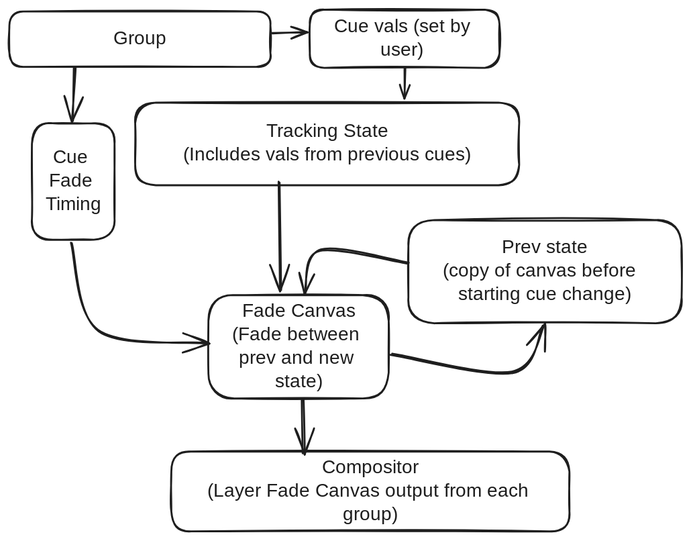
Above: kaithem/src/chandler/rendering.dev.excalidraw.svg in EternityForest/KaithemAutomation (Excalidraw), before the change. Source tidied: one line per element, renumbered; positions are measured from the earlier drawing's top-left corner, leaving out a move shared by most shapes. The source it was exported from:
```json
{"id": 0, "type": "rectangle", "strokeColor": "#1e1e1e", "strokeWidth": 2, "roughness": 1, "round": true, "x": 320, "y": 0, "width": 202, "height": 62}
{"id": 1, "type": "text", "text": "Cue vals (set by \nuser) ", "strokeColor": "#1e1e1e", "strokeWidth": 2, "roughness": 1, "fontSize": 20, "fontFamily": 1, "textAlign": "center", "verticalAlign": "middle", "inside": 0, "x": 333, "y": 6, "width": 176, "height": 50}
{"id": 2, "type": "rectangle", "strokeColor": "#1e1e1e", "strokeWidth": 2, "roughness": 1, "round": true, "x": 134, "y": 99, "width": 409, "height": 88}
{"id": 3, "type": "text", "text": "Tracking State\n(Includes vals from previous cues)", "strokeColor": "#1e1e1e", "strokeWidth": 2, "roughness": 1, "fontSize": 20, "fontFamily": 1, "textAlign": "center", "verticalAlign": "middle", "inside": 2, "x": 170, "y": 118, "width": 338, "height": 50}
{"id": 4, "type": "rectangle", "strokeColor": "#1e1e1e", "strokeWidth": 2, "roughness": 1, "round": true, "x": 0, "y": 2, "width": 278, "height": 59}
{"id": 5, "type": "text", "text": "Group", "strokeColor": "#1e1e1e", "strokeWidth": 2, "roughness": 1, "fontSize": 20, "fontFamily": 1, "textAlign": "center", "verticalAlign": "middle", "inside": 4, "x": 111, "y": 19, "width": 57, "height": 25}
{"id": 6, "type": "arrow", "strokeColor": "#1e1e1e", "strokeWidth": 2, "roughness": 1, "endArrowhead": "arrow", "round": true, "from": 4, "to": 0, "x": 280, "y": 25, "width": 37, "height": 2, "points": [[0, 0], [37, -2]]}
{"id": 7, "type": "arrow", "strokeColor": "#1e1e1e", "strokeWidth": 2, "roughness": 1, "endArrowhead": "arrow", "round": true, "from": 0, "to": 2, "x": 421, "y": 63, "width": 0, "height": 31, "points": [[0, 0], [0, 31]]}
{"id": 8, "type": "rectangle", "strokeColor": "#1e1e1e", "strokeWidth": 2, "roughness": 1, "round": true, "x": 212, "y": 304, "width": 192, "height": 110}
{"id": 9, "type": "text", "text": "Fade Canvas\n(Fade between \nprev and new \nstate)", "strokeColor": "#1e1e1e", "strokeWidth": 2, "roughness": 1, "fontSize": 20, "fontFamily": 1, "textAlign": "center", "verticalAlign": "middle", "inside": 8, "x": 232, "y": 309, "width": 151, "height": 100}
{"id": 10, "type": "rectangle", "strokeColor": "#1e1e1e", "strokeWidth": 2, "roughness": 1, "round": true, "x": 425, "y": 224, "width": 291, "height": 110}
{"id": 11, "type": "text", "text": "Prev state\n(copy of canvas before  \nstarting cue change)", "strokeColor": "#1e1e1e", "strokeWidth": 2, "roughness": 1, "fontSize": 20, "fontFamily": 1, "textAlign": "center", "verticalAlign": "middle", "inside": 10, "x": 446, "y": 242, "width": 248, "height": 75}
{"id": 12, "type": "arrow", "strokeColor": "#1e1e1e", "strokeWidth": 2, "roughness": 1, "endArrowhead": "arrow", "round": true, "from": 8, "to": 10, "x": 406, "y": 368, "width": 163, "height": 50, "points": [[0, 0], [130, 18], [163, -32]]}
{"id": 13, "type": "arrow", "strokeColor": "#1e1e1e", "strokeWidth": 2, "roughness": 1, "endArrowhead": "arrow", "round": true, "from": 10, "to": 8, "x": 424, "y": 270, "width": 108, "height": 45, "points": [[0, 0], [-94, -13], [-108, 32]]}
{"id": 14, "type": "arrow", "strokeColor": "#1e1e1e", "strokeWidth": 2, "roughness": 1, "endArrowhead": "arrow", "round": true, "to": 8, "x": 287, "y": 184, "width": 3, "height": 115, "points": [[0, 0], [3, 115]]}
{"id": 15, "type": "rectangle", "strokeColor": "#1e1e1e", "strokeWidth": 2, "roughness": 1, "round": true, "x": 24, "y": 121, "width": 88, "height": 124}
{"id": 16, "type": "text", "text": "Cue \nFade \nTiming", "strokeColor": "#1e1e1e", "strokeWidth": 2, "roughness": 1, "fontSize": 20, "fontFamily": 1, "textAlign": "center", "verticalAlign": "middle", "inside": 15, "x": 39, "y": 146, "width": 57, "height": 75}
{"id": 17, "type": "arrow", "strokeColor": "#1e1e1e", "strokeWidth": 2, "roughness": 1, "endArrowhead": "arrow", "round": true, "x": 69, "y": 61, "width": 1, "height": 58, "points": [[0, 0], [-1, 58]]}
{"id": 18, "type": "arrow", "strokeColor": "#1e1e1e", "strokeWidth": 2, "roughness": 1, "endArrowhead": "arrow", "round": true, "from": 15, "to": 8, "x": 66, "y": 248, "width": 146, "height": 108, "points": [[0, 0], [29, 94], [146, 108]]}
{"id": 19, "type": "rectangle", "strokeColor": "#1e1e1e", "strokeWidth": 2, "roughness": 1, "round": true, "x": 172, "y": 470, "width": 424, "height": 85}
{"id": 20, "type": "text", "text": "Compositor\n(Layer Fade Canvas output from each \ngroup)", "strokeColor": "#1e1e1e", "strokeWidth": 2, "roughness": 1, "fontSize": 20, "fontFamily": 1, "textAlign": "center", "verticalAlign": "middle", "inside": 19, "x": 188, "y": 476, "width": 392, "height": 75}
{"id": 21, "type": "arrow", "strokeColor": "#1e1e1e", "strokeWidth": 2, "roughness": 1, "endArrowhead": "arrow", "round": true, "x": 312, "y": 414, "width": 2, "height": 59, "points": [[0, 0], [2, 59]]}
```
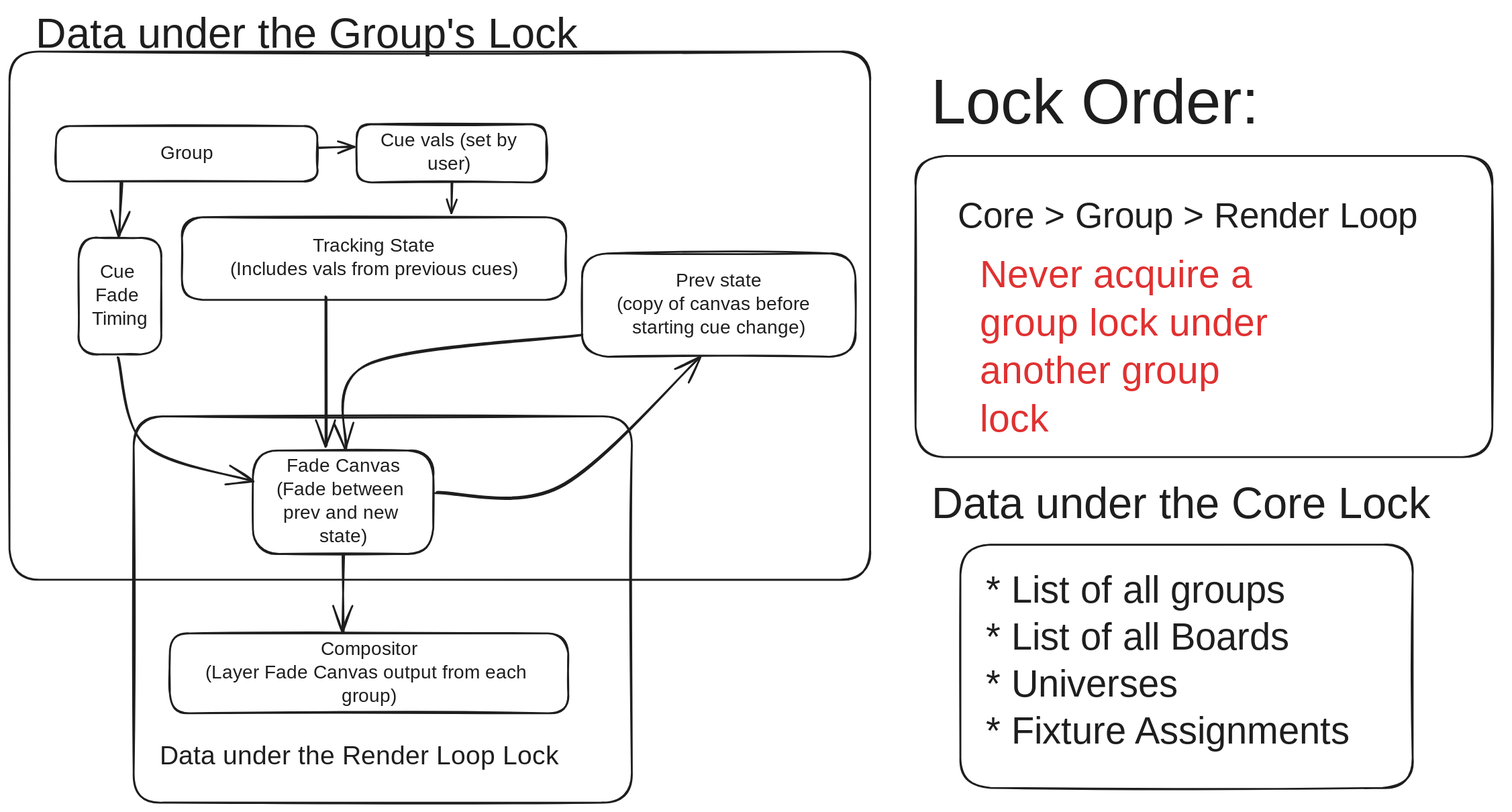
The same file after the commit.

What changed in the source:
```diff
@@ -6,17 +6,28 @@
 {"id": 5, "type": "text", "text": "Group", "strokeColor": "#1e1e1e", "strokeWidth": 2, "roughness": 1, "fontSize": 20, "fontFamily": 1, "textAlign": "center", "verticalAlign": "middle", "inside": 4, "x": 111, "y": 19, "width": 57, "height": 25}
 {"id": 6, "type": "arrow", "strokeColor": "#1e1e1e", "strokeWidth": 2, "roughness": 1, "endArrowhead": "arrow", "round": true, "from": 4, "to": 0, "x": 280, "y": 25, "width": 37, "height": 2, "points": [[0, 0], [37, -2]]}
 {"id": 7, "type": "arrow", "strokeColor": "#1e1e1e", "strokeWidth": 2, "roughness": 1, "endArrowhead": "arrow", "round": true, "from": 0, "to": 2, "x": 421, "y": 63, "width": 0, "height": 31, "points": [[0, 0], [0, 31]]}
-{"id": 8, "type": "rectangle", "strokeColor": "#1e1e1e", "strokeWidth": 2, "roughness": 1, "round": true, "x": 212, "y": 304, "width": 192, "height": 110}
+{"id": 8, "type": "rectangle", "strokeColor": "#1e1e1e", "strokeWidth": 2, "roughness": 1, "round": true, "x": 210, "y": 347, "width": 192, "height": 110}
-{"id": 9, "type": "text", "text": "Fade Canvas\n(Fade between \nprev and new \nstate)", "strokeColor": "#1e1e1e", "strokeWidth": 2, "roughness": 1, "fontSize": 20, "fontFamily": 1, "textAlign": "center", "verticalAlign": "middle", "inside": 8, "x": 232, "y": 309, "width": 151, "height": 100}
+{"id": 9, "type": "text", "text": "Fade Canvas\n(Fade between \nprev and new \nstate)", "strokeColor": "#1e1e1e", "strokeWidth": 2, "roughness": 1, "fontSize": 20, "fontFamily": 1, "textAlign": "center", "verticalAlign": "middle", "inside": 8, "x": 230, "y": 352, "width": 151, "height": 100}
-{"id": 10, "type": "rectangle", "strokeColor": "#1e1e1e", "strokeWidth": 2, "roughness": 1, "round": true, "x": 425, "y": 224, "width": 291, "height": 110}
+{"id": 10, "type": "rectangle", "strokeColor": "#1e1e1e", "strokeWidth": 2, "roughness": 1, "round": true, "x": 560, "y": 137, "width": 291, "height": 110}
-{"id": 11, "type": "text", "text": "Prev state\n(copy of canvas before  \nstarting cue change)", "strokeColor": "#1e1e1e", "strokeWidth": 2, "roughness": 1, "fontSize": 20, "fontFamily": 1, "textAlign": "center", "verticalAlign": "middle", "inside": 10, "x": 446, "y": 242, "width": 248, "height": 75}
+{"id": 11, "type": "text", "text": "Prev state\n(copy of canvas before  \nstarting cue change)", "strokeColor": "#1e1e1e", "strokeWidth": 2, "roughness": 1, "fontSize": 20, "fontFamily": 1, "textAlign": "center", "verticalAlign": "middle", "inside": 10, "x": 581, "y": 155, "width": 248, "height": 75}
-{"id": 12, "type": "arrow", "strokeColor": "#1e1e1e", "strokeWidth": 2, "roughness": 1, "endArrowhead": "arrow", "round": true, "from": 8, "to": 10, "x": 406, "y": 368, "width": 163, "height": 50, "points": [[0, 0], [130, 18], [163, -32]]}
+{"id": 12, "type": "arrow", "strokeColor": "#1e1e1e", "strokeWidth": 2, "roughness": 1, "endArrowhead": "arrow", "round": true, "from": 8, "to": 10, "x": 404, "y": 393, "width": 281, "height": 144, "points": [[0, 0], [132, -7], [281, -144]]}
-{"id": 13, "type": "arrow", "strokeColor": "#1e1e1e", "strokeWidth": 2, "roughness": 1, "endArrowhead": "arrow", "round": true, "from": 10, "to": 8, "x": 424, "y": 270, "width": 108, "height": 45, "points": [[0, 0], [-94, -13], [-108, 32]]}
+{"id": 13, "type": "arrow", "strokeColor": "#1e1e1e", "strokeWidth": 2, "roughness": 1, "endArrowhead": "arrow", "round": true, "from": 10, "to": 8, "x": 559, "y": 225, "width": 249, "height": 121, "points": [[0, 0], [-229, 32], [-249, 121]]}
-{"id": 14, "type": "arrow", "strokeColor": "#1e1e1e", "strokeWidth": 2, "roughness": 1, "endArrowhead": "arrow", "round": true, "to": 8, "x": 287, "y": 184, "width": 3, "height": 115, "points": [[0, 0], [3, 115]]}
+{"id": 14, "type": "arrow", "strokeColor": "#1e1e1e", "strokeWidth": 2, "roughness": 1, "endArrowhead": "arrow", "round": true, "to": 24, "x": 287, "y": 184, "width": 2, "height": 158, "points": [[0, 0], [2, 158]]}
 {"id": 15, "type": "rectangle", "strokeColor": "#1e1e1e", "strokeWidth": 2, "roughness": 1, "round": true, "x": 24, "y": 121, "width": 88, "height": 124}
-{"id": 16, "type": "text", "text": "Cue \nFade \nTiming", "strokeColor": "#1e1e1e", "strokeWidth": 2, "roughness": 1, "fontSize": 20, "fontFamily": 1, "textAlign": "center", "verticalAlign": "middle", "inside": 15, "x": 39, "y": 146, "width": 57, "height": 75}
+{"id": 16, "type": "text", "text": "Cue \nFade \nTiming", "strokeColor": "#1e1e1e", "strokeWidth": 2, "roughness": 1, "fontSize": 20, "fontFamily": 1, "textAlign": "center", "verticalAlign": "middle", "inside": 15, "x": 39, "y": 145, "width": 57, "height": 75}
 {"id": 17, "type": "arrow", "strokeColor": "#1e1e1e", "strokeWidth": 2, "roughness": 1, "endArrowhead": "arrow", "round": true, "x": 69, "y": 61, "width": 1, "height": 58, "points": [[0, 0], [-1, 58]]}
-{"id": 18, "type": "arrow", "strokeColor": "#1e1e1e", "strokeWidth": 2, "roughness": 1, "endArrowhead": "arrow", "round": true, "from": 15, "to": 8, "x": 66, "y": 248, "width": 146, "height": 108, "points": [[0, 0], [29, 94], [146, 108]]}
+{"id": 18, "type": "arrow", "strokeColor": "#1e1e1e", "strokeWidth": 2, "roughness": 1, "endArrowhead": "arrow", "round": true, "from": 15, "to": 8, "x": 66, "y": 247, "width": 143, "height": 133, "points": [[0, 0], [29, 94], [143, 133]]}
-{"id": 19, "type": "rectangle", "strokeColor": "#1e1e1e", "strokeWidth": 2, "roughness": 1, "round": true, "x": 172, "y": 470, "width": 424, "height": 85}
+{"id": 19, "type": "rectangle", "strokeColor": "#1e1e1e", "strokeWidth": 2, "roughness": 1, "round": true, "x": 121, "y": 542, "width": 424, "height": 85}
-{"id": 20, "type": "text", "text": "Compositor\n(Layer Fade Canvas output from each \ngroup)", "strokeColor": "#1e1e1e", "strokeWidth": 2, "roughness": 1, "fontSize": 20, "fontFamily": 1, "textAlign": "center", "verticalAlign": "middle", "inside": 19, "x": 188, "y": 476, "width": 392, "height": 75}
+{"id": 20, "type": "text", "text": "Compositor\n(Layer Fade Canvas output from each \ngroup)", "strokeColor": "#1e1e1e", "strokeWidth": 2, "roughness": 1, "fontSize": 20, "fontFamily": 1, "textAlign": "center", "verticalAlign": "middle", "inside": 19, "x": 137, "y": 547, "width": 392, "height": 75}
-{"id": 21, "type": "arrow", "strokeColor": "#1e1e1e", "strokeWidth": 2, "roughness": 1, "endArrowhead": "arrow", "round": true, "x": 312, "y": 414, "width": 2, "height": 59, "points": [[0, 0], [2, 59]]}
+{"id": 22, "type": "rectangle", "strokeColor": "#1e1e1e", "strokeWidth": 2, "roughness": 1, "round": true, "x": -50, "y": -77, "width": 916, "height": 562}
+{"id": 23, "type": "arrow", "strokeColor": "#1e1e1e", "strokeWidth": 2, "roughness": 1, "endArrowhead": "arrow", "round": true, "from": 22, "to": 19, "x": 306, "y": 458, "width": 1, "height": 83, "points": [[0, 0], [1, 83]]}
+{"id": 24, "type": "rectangle", "strokeColor": "#1e1e1e", "strokeWidth": 2, "roughness": 1, "round": true, "x": 83, "y": 311, "width": 530, "height": 411}
+{"id": 25, "type": "text", "text": "Data under the Group's Lock", "strokeColor": "#1e1e1e", "strokeWidth": 2, "roughness": 1, "fontSize": 44.73, "fontFamily": 1, "x": -22, "y": -122, "width": 655, "height": 56}
+{"id": 26, "type": "text", "text": "Data under the Render Loop Lock", "strokeColor": "#1e1e1e", "strokeWidth": 2, "roughness": 1, "fontSize": 27.62, "fontFamily": 1, "x": 110, "y": 657, "width": 468, "height": 35}
+{"id": 27, "type": "rectangle", "strokeColor": "#1e1e1e", "strokeWidth": 2, "roughness": 1, "round": true, "x": 963, "y": 448, "width": 481, "height": 259}
+{"id": 28, "type": "text", "text": "Data under the Core Lock", "strokeColor": "#1e1e1e", "strokeWidth": 2, "roughness": 1, "fontSize": 46.13, "fontFamily": 1, "x": 931, "y": 378, "width": 608, "height": 58}
+{"id": 29, "type": "text", "text": "* List of all groups\n* List of all Boards\n* Universes\n* Fixture Assignments", "strokeColor": "#1e1e1e", "strokeWidth": 2, "roughness": 1, "fontSize": 40.03, "fontFamily": 1, "x": 989, "y": 473, "width": 427, "height": 200}
+{"id": 30, "type": "text", "text": "Core > Group > Render Loop", "strokeColor": "#1e1e1e", "strokeWidth": 2, "roughness": 1, "fontSize": 37.82, "fontFamily": 1, "x": 959, "y": 76, "width": 526, "height": 47}
+{"id": 31, "type": "text", "text": "Never acquire a\ngroup lock under\nanother group \nlock", "strokeColor": "#e03131", "strokeWidth": 2, "roughness": 1, "fontSize": 40.86, "fontFamily": 1, "x": 983, "y": 136, "width": 324, "height": 204}
+{"id": 32, "type": "text", "text": "Lock Order:", "strokeColor": "#1e1e1e", "strokeWidth": 2, "roughness": 1, "fontSize": 67.38, "fontFamily": 1, "x": 931, "y": -61, "width": 376, "height": 84}
+{"id": 33, "type": "rectangle", "strokeColor": "#1e1e1e", "strokeWidth": 2, "roughness": 1, "round": true, "x": 915, "y": 34, "width": 614, "height": 321}
```
